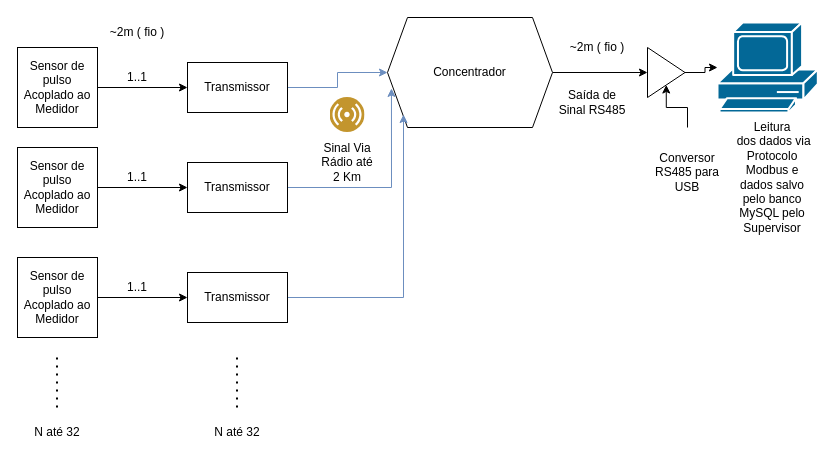
Above: Untitled Diagram.drawio in KenyOS/ScadaBR-Scripts (draw.io), before the change. Source tidied: cells renumbered, new cells numbered last; positions are measured from the earlier drawing's top-left corner, leaving out a move shared by most shapes. Both pictures are drawn from the tidied source at 100%, with x=0, y=0 at pixel (17, 17).
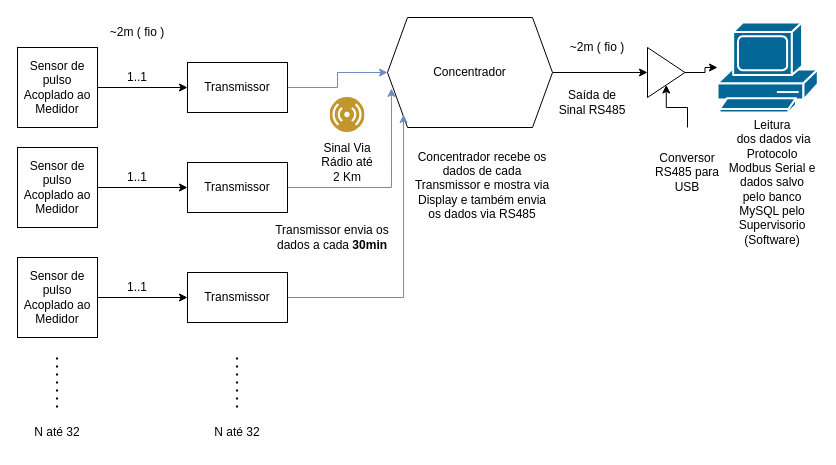
After the change.

What changed in the source:
```diff
@@
-    <mxCell id="33" value="&lt;div&gt;Leitura&lt;/div&gt;&amp;nbsp;dos dados via Protocolo Modbus e dados salvo pelo banco MySQL pelo Supervisor" style="text;html=1;strokeColor=none;fillColor=none;align=center;verticalAlign=middle;whiteSpace=wrap;rounded=0;labelPosition=center;verticalLabelPosition=middle;spacingTop=-20;" parent="1" vertex="1">
-      <mxGeometry x="710" y="100" width="90.3" height="140" as="geometry" />
+    <mxCell id="33" value="&lt;div&gt;Leitura&lt;/div&gt;&amp;nbsp;dos dados via Protocolo Modbus Serial e dados salvo pelo banco MySQL pelo Supervisorio (Software)" style="text;html=1;strokeColor=none;fillColor=none;align=center;verticalAlign=middle;whiteSpace=wrap;rounded=0;labelPosition=center;verticalLabelPosition=middle;spacingTop=-20;" parent="1" vertex="1">
+      <mxGeometry x="710" y="100" width="90.3" height="150" as="geometry" />
     </mxCell>
+    <mxCell id="34" value="Transmissor envia os dados a cada &lt;b&gt;30min&lt;br&gt;&lt;/b&gt;" style="text;html=1;strokeColor=none;fillColor=none;align=center;verticalAlign=middle;whiteSpace=wrap;rounded=0;" parent="1" vertex="1">
+      <mxGeometry x="245" y="190" width="140" height="60" as="geometry" />
+    </mxCell>
+    <mxCell id="35" value="Concentrador recebe os dados de cada Transmissor e mostra via Display e também envia os dados via RS485" style="text;html=1;strokeColor=none;fillColor=none;align=center;verticalAlign=middle;whiteSpace=wrap;rounded=0;" parent="1" vertex="1">
+      <mxGeometry x="395" y="125" width="140" height="85" as="geometry" />
+    </mxCell>
```
